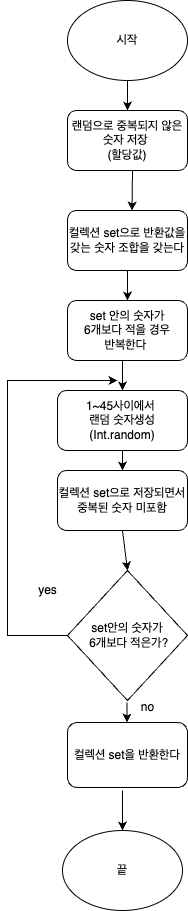
Above: CodeStarterCamp_Week2/lotto.drawio.png in yagom-academy/swift-starter-Round2 (draw.io), before the change. Source tidied: cells renumbered, new cells last; positions are measured from the earlier drawing's top-left corner, leaving out a move shared by most shapes.
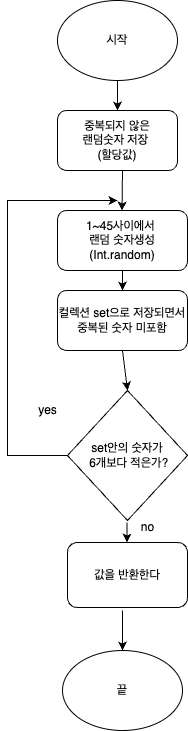
Above is the later version.

Diff of the diagram source:
```diff
@@ -3,10 +3,10 @@
     <mxCell id="0" />
     <mxCell id="1" parent="0" />
     <mxCell id="2" value="시작" style="ellipse;whiteSpace=wrap;html=1;" parent="1" vertex="1">
-      <mxGeometry x="60" width="120" height="80" as="geometry" />
+      <mxGeometry x="50" y="180" width="120" height="80" as="geometry" />
     </mxCell>
-    <mxCell id="3" value="랜덤으로 중복되지 않은&lt;br&gt;숫자 저장&amp;nbsp;&lt;br&gt;(할당값)" style="rounded=1;whiteSpace=wrap;html=1;" parent="1" vertex="1">
-      <mxGeometry x="60" y="110" width="120" height="60" as="geometry" />
+    <mxCell id="3" value="중복되지 않은&lt;br&gt;랜덤숫자 저장&amp;nbsp;&lt;br&gt;(할당값)" style="rounded=1;whiteSpace=wrap;html=1;" parent="1" vertex="1">
+      <mxGeometry x="50" y="290" width="120" height="60" as="geometry" />
     </mxCell>
     <mxCell id="4" value="1~45사이에서&amp;nbsp;&lt;br&gt;랜덤 숫자생성 (Int.random)&lt;br&gt;" style="rounded=1;whiteSpace=wrap;html=1;" parent="1" vertex="1">
       <mxGeometry x="50" y="390" width="130" height="60" as="geometry" />
@@ -31,7 +31,7 @@
     </mxCell>
     <mxCell id="8" style="endArrow=classic;html=1;rounded=0;entryX=0.5;entryY=0;entryDx=0;entryDy=0;" parent="1" edge="1" target="3">
       <mxGeometry relative="1" as="geometry">
-        <mxPoint x="120" y="80" as="sourcePoint" />
+        <mxPoint x="110" y="260" as="sourcePoint" />
       </mxGeometry>
     </mxCell>
     <mxCell id="9" style="endArrow=classic;html=1;rounded=0;entryX=0.5;entryY=0;entryDx=0;entryDy=0;" parent="1" edge="1" target="5">
@@ -41,8 +41,8 @@
     </mxCell>
     <mxCell id="10" style="endArrow=classic;html=1;rounded=0;entryX=0.454;entryY=-0.008;entryDx=0;entryDy=0;entryPerimeter=0;" parent="1" edge="1">
       <mxGeometry relative="1" as="geometry">
-        <mxPoint x="125" y="170" as="sourcePoint" />
-        <mxPoint x="124.5" y="210" as="targetPoint" />
+        <mxPoint x="115" y="350" as="sourcePoint" />
+        <mxPoint x="114.5" y="390" as="targetPoint" />
       </mxGeometry>
     </mxCell>
     <mxCell id="11" value="끝" style="ellipse;whiteSpace=wrap;html=1;" parent="1" vertex="1">
@@ -63,7 +63,7 @@
         <mxPoint x="115" y="470" as="targetPoint" />
       </mxGeometry>
     </mxCell>
-    <mxCell id="16" value="컬렉션 set을 반환한다" style="rounded=1;whiteSpace=wrap;html=1;" parent="1" vertex="1">
+    <mxCell id="16" value="값을 반환한다" style="rounded=1;whiteSpace=wrap;html=1;" parent="1" vertex="1">
       <mxGeometry x="60" y="722" width="120" height="65" as="geometry" />
     </mxCell>
     <mxCell id="17" style="endArrow=classic;html=1;rounded=0;" parent="1" edge="1">
@@ -72,22 +72,5 @@
         <mxPoint x="119.5" y="722" as="targetPoint" />
       </mxGeometry>
     </mxCell>
-    <mxCell id="18" value="컬렉션 set으로 반환값을 갖는 숫자 조합을 갖는다" style="rounded=1;whiteSpace=wrap;html=1;" parent="1" vertex="1">
-      <mxGeometry x="60" y="210" width="120" height="60" as="geometry" />
-    </mxCell>
-    <mxCell id="19" value="set 안의 숫자가&lt;br&gt;&amp;nbsp;6개보다 적을 경우&amp;nbsp;&lt;br&gt;반복한다&amp;nbsp;" style="rounded=1;whiteSpace=wrap;html=1;" parent="1" vertex="1">
-      <mxGeometry x="60" y="300" width="120" height="60" as="geometry" />
-    </mxCell>
-    <mxCell id="20" style="endArrow=classic;html=1;rounded=0;entryX=0.5;entryY=0;entryDx=0;entryDy=0;" parent="1" edge="1" target="4">
-      <mxGeometry relative="1" as="geometry">
-        <mxPoint x="115" y="360" as="sourcePoint" />
-      </mxGeometry>
-    </mxCell>
-    <mxCell id="21" style="endArrow=classic;html=1;rounded=0;" parent="1" edge="1">
-      <mxGeometry relative="1" as="geometry">
-        <mxPoint x="120" y="270" as="sourcePoint" />
-        <mxPoint x="120" y="300" as="targetPoint" />
-      </mxGeometry>
-    </mxCell>
   </root>
 </mxGraphModel>
```
